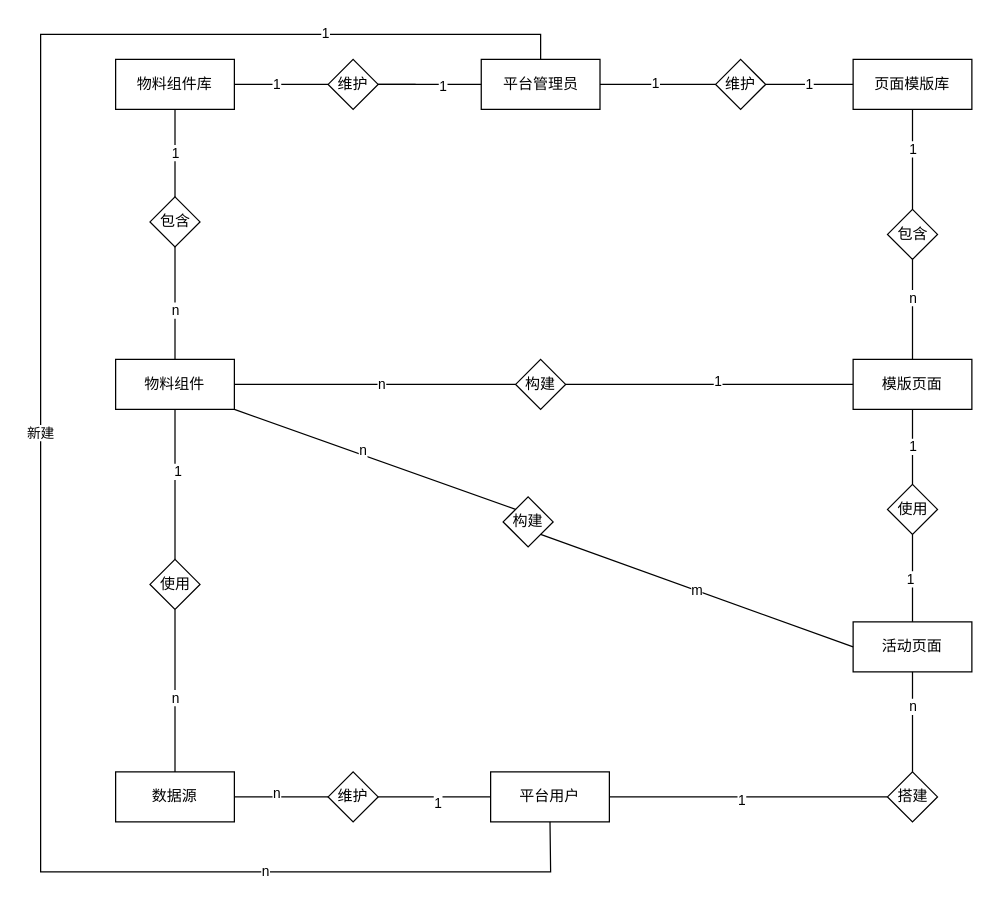
The draw.io diagram 第四章/新E-R 图.drawio in yuxinyu12345/diagrams, before the edit. Source tidied: cells renumbered, new cells numbered last; positions are measured from the earlier drawing's top-left corner, leaving out a move shared by most shapes. Both pictures are drawn from the tidied source at 125%, with x=0, y=0 at pixel (40, 34).
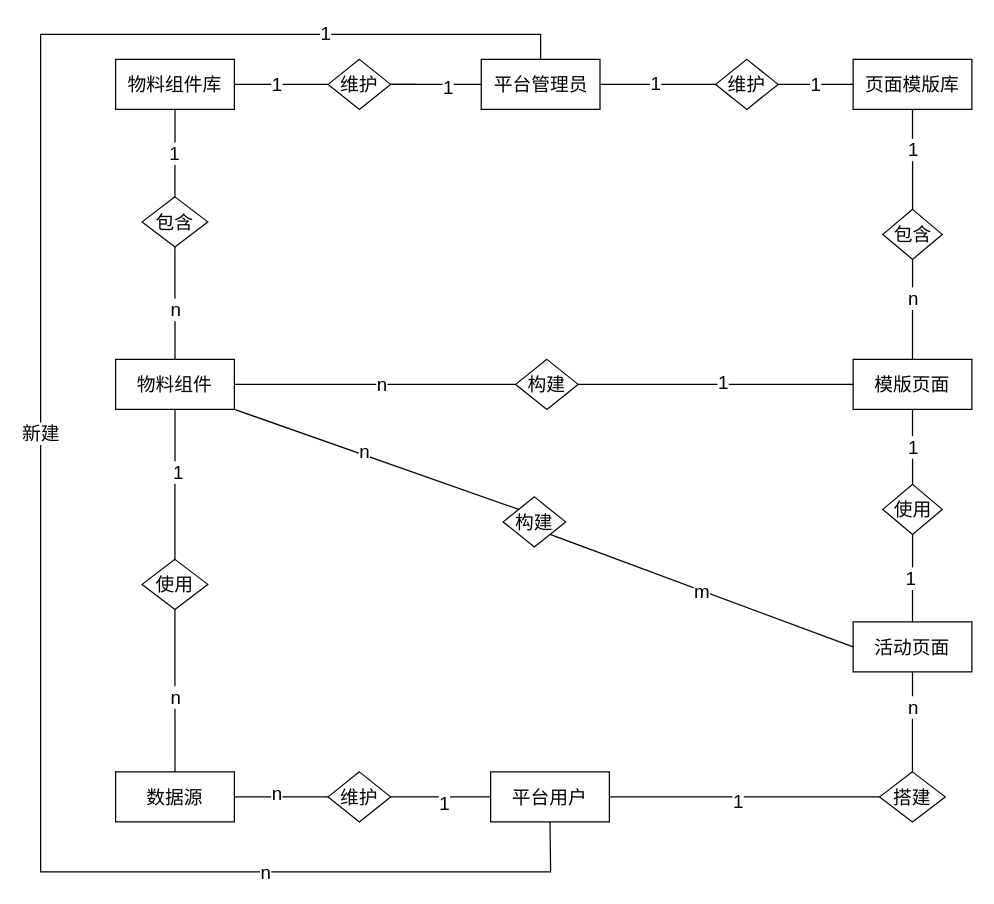
The same page after the edit.

Diff of the diagram source:
```diff
@@
-    <mxCell id="2" value="平台管理员" style="rounded=0;whiteSpace=wrap;html=1;" parent="1" vertex="1">
+    <mxCell id="2" value="平台管理员" style="rounded=0;whiteSpace=wrap;html=1;fontSize=15;" parent="1" vertex="1">
       <mxGeometry x="352.5" y="20" width="95" height="40" as="geometry" />
     </mxCell>
-    <mxCell id="3" value="物料组件库" style="rounded=0;whiteSpace=wrap;html=1;" parent="1" vertex="1">
+    <mxCell id="3" value="物料组件库" style="rounded=0;whiteSpace=wrap;html=1;fontSize=15;" parent="1" vertex="1">
       <mxGeometry x="60" y="20" width="95" height="40" as="geometry" />
     </mxCell>
-    <mxCell id="4" value="物料组件" style="rounded=0;whiteSpace=wrap;html=1;" parent="1" vertex="1">
+    <mxCell id="4" value="物料组件" style="rounded=0;whiteSpace=wrap;html=1;fontSize=15;" parent="1" vertex="1">
       <mxGeometry x="60" y="260" width="95" height="40" as="geometry" />
     </mxCell>
-    <mxCell id="5" value="包含" style="rhombus;whiteSpace=wrap;html=1;" parent="1" vertex="1">
-      <mxGeometry x="87.5" y="130" width="40" height="40" as="geometry" />
+    <mxCell id="5" value="包含" style="rhombus;whiteSpace=wrap;html=1;fontSize=15;" parent="1" vertex="1">
+      <mxGeometry x="81.2" y="130" width="52.5" height="40" as="geometry" />
     </mxCell>
-    <mxCell id="6" value="页面模版库" style="rounded=0;whiteSpace=wrap;html=1;" parent="1" vertex="1">
+    <mxCell id="6" value="页面模版库" style="rounded=0;whiteSpace=wrap;html=1;fontSize=15;" parent="1" vertex="1">
       <mxGeometry x="650" y="20" width="95" height="40" as="geometry" />
     </mxCell>
-    <mxCell id="7" value="模版页面" style="rounded=0;whiteSpace=wrap;html=1;" parent="1" vertex="1">
+    <mxCell id="7" value="模版页面" style="rounded=0;whiteSpace=wrap;html=1;fontSize=15;" parent="1" vertex="1">
       <mxGeometry x="650" y="260" width="95" height="40" as="geometry" />
     </mxCell>
-    <mxCell id="8" value="维护" style="rhombus;whiteSpace=wrap;html=1;" parent="1" vertex="1">
-      <mxGeometry x="540" y="20" width="40" height="40" as="geometry" />
+    <mxCell id="8" value="维护" style="rhombus;whiteSpace=wrap;html=1;fontSize=15;" parent="1" vertex="1">
+      <mxGeometry x="540" y="20" width="50" height="40" as="geometry" />
     </mxCell>
-    <mxCell id="9" value="平台用户" style="rounded=0;whiteSpace=wrap;html=1;" parent="1" vertex="1">
+    <mxCell id="9" value="平台用户" style="rounded=0;whiteSpace=wrap;html=1;fontSize=15;" parent="1" vertex="1">
       <mxGeometry x="360" y="590" width="95" height="40" as="geometry" />
     </mxCell>
-    <mxCell id="10" value="数据源" style="rounded=0;whiteSpace=wrap;html=1;" parent="1" vertex="1">
+    <mxCell id="10" value="数据源" style="rounded=0;whiteSpace=wrap;html=1;fontSize=15;" parent="1" vertex="1">
       <mxGeometry x="60" y="590" width="95" height="40" as="geometry" />
     </mxCell>
-    <mxCell id="11" style="endArrow=none;html=1;rounded=0;exitX=1;exitY=0.5;exitDx=0;exitDy=0;entryX=0;entryY=0.5;entryDx=0;entryDy=0;" parent="1" edge="1" source="31" target="2">
+    <mxCell id="11" style="endArrow=none;html=1;rounded=0;exitX=1;exitY=0.5;exitDx=0;exitDy=0;entryX=0;entryY=0.5;entryDx=0;entryDy=0;fontSize=15;" parent="1" edge="1" source="31" target="2">
       <mxGeometry relative="1" as="geometry" />
     </mxCell>
-    <mxCell id="12" value="1" style="edgeLabel;html=1;align=center;verticalAlign=middle;" parent="11" vertex="1">
+    <mxCell id="12" value="1" style="edgeLabel;html=1;align=center;verticalAlign=middle;fontSize=15;" parent="11" vertex="1">
       <mxGeometry x="0.22" y="-1" relative="1" as="geometry">
         <mxPoint x="1" as="offset" />
       </mxGeometry>
     </mxCell>
-    <mxCell id="13" style="endArrow=none;html=1;rounded=0;exitX=1;exitY=0.5;exitDx=0;exitDy=0;" parent="1" edge="1" source="31">
+    <mxCell id="13" style="endArrow=none;html=1;rounded=0;exitX=1;exitY=0.5;exitDx=0;exitDy=0;fontSize=15;" parent="1" edge="1" source="31">
       <mxGeometry relative="1" as="geometry">
         <mxPoint x="300" y="40" as="targetPoint" />
       </mxGeometry>
     </mxCell>
-    <mxCell id="14" style="endArrow=none;html=1;rounded=0;exitX=1;exitY=0.5;exitDx=0;exitDy=0;entryX=0;entryY=0.5;entryDx=0;entryDy=0;" parent="1" edge="1" source="2" target="8">
+    <mxCell id="14" style="endArrow=none;html=1;rounded=0;exitX=1;exitY=0.5;exitDx=0;exitDy=0;entryX=0;entryY=0.5;entryDx=0;entryDy=0;fontSize=15;" parent="1" edge="1" source="2" target="8">
       <mxGeometry relative="1" as="geometry" />
     </mxCell>
-    <mxCell id="15" value="1" style="edgeLabel;html=1;align=center;verticalAlign=middle;" parent="14" vertex="1">
+    <mxCell id="15" value="1" style="edgeLabel;html=1;align=center;verticalAlign=middle;fontSize=15;" parent="14" vertex="1">
       <mxGeometry x="-0.05" y="2" relative="1" as="geometry" />
     </mxCell>
-    <mxCell id="16" value="1" style="endArrow=none;html=1;rounded=0;entryX=1;entryY=0.5;entryDx=0;entryDy=0;" parent="1" edge="1" source="6" target="8">
+    <mxCell id="16" value="1" style="endArrow=none;html=1;rounded=0;entryX=1;entryY=0.5;entryDx=0;entryDy=0;fontSize=15;" parent="1" edge="1" source="6" target="8">
       <mxGeometry relative="1" as="geometry" />
     </mxCell>
-    <mxCell id="17" value="使用" style="rhombus;whiteSpace=wrap;html=1;" parent="1" vertex="1">
-      <mxGeometry x="87.5" y="420" width="40" height="40" as="geometry" />
+    <mxCell id="17" value="使用" style="rhombus;whiteSpace=wrap;html=1;fontSize=15;" parent="1" vertex="1">
+      <mxGeometry x="81.2" y="420" width="52.5" height="40" as="geometry" />
     </mxCell>
-    <mxCell id="18" value="维护" style="rhombus;whiteSpace=wrap;html=1;" parent="1" vertex="1">
-      <mxGeometry x="230" y="590" width="40" height="40" as="geometry" />
+    <mxCell id="18" value="维护" style="rhombus;whiteSpace=wrap;html=1;fontSize=15;" parent="1" vertex="1">
+      <mxGeometry x="230" y="590" width="50" height="40" as="geometry" />
     </mxCell>
-    <mxCell id="19" style="endArrow=none;html=1;rounded=0;entryX=0.5;entryY=0;entryDx=0;entryDy=0;exitX=0.5;exitY=1;exitDx=0;exitDy=0;" parent="1" edge="1" source="4" target="17">
+    <mxCell id="19" style="endArrow=none;html=1;rounded=0;entryX=0.5;entryY=0;entryDx=0;entryDy=0;exitX=0.5;exitY=1;exitDx=0;exitDy=0;fontSize=15;" parent="1" edge="1" source="4" target="17">
       <mxGeometry relative="1" as="geometry" />
     </mxCell>
-    <mxCell id="20" value="1" style="edgeLabel;html=1;align=center;verticalAlign=middle;" parent="19" vertex="1">
+    <mxCell id="20" value="1" style="edgeLabel;html=1;align=center;verticalAlign=middle;fontSize=15;" parent="19" vertex="1">
       <mxGeometry x="-0.18" y="2" relative="1" as="geometry" />
     </mxCell>
-    <mxCell id="21" style="endArrow=none;html=1;rounded=0;entryX=0.5;entryY=1;entryDx=0;entryDy=0;" parent="1" edge="1" source="10" target="17">
+    <mxCell id="21" style="endArrow=none;html=1;rounded=0;entryX=0.5;entryY=1;entryDx=0;entryDy=0;fontSize=15;" parent="1" edge="1" source="10" target="17">
       <mxGeometry relative="1" as="geometry" />
     </mxCell>
-    <mxCell id="22" value="n" style="edgeLabel;html=1;align=center;verticalAlign=middle;" parent="21" vertex="1">
+    <mxCell id="22" value="n" style="edgeLabel;html=1;align=center;verticalAlign=middle;fontSize=15;" parent="21" vertex="1">
       <mxGeometry x="0.43" y="-3" relative="1" as="geometry">
         <mxPoint x="-3" y="33" as="offset" />
       </mxGeometry>
     </mxCell>
-    <mxCell id="23" style="endArrow=none;html=1;rounded=0;entryX=0;entryY=0.5;entryDx=0;entryDy=0;exitX=1;exitY=0.5;exitDx=0;exitDy=0;" parent="1" edge="1" source="18" target="9">
+    <mxCell id="23" style="endArrow=none;html=1;rounded=0;entryX=0;entryY=0.5;entryDx=0;entryDy=0;exitX=1;exitY=0.5;exitDx=0;exitDy=0;fontSize=15;" parent="1" edge="1" source="18" target="9">
       <mxGeometry relative="1" as="geometry" />
     </mxCell>
-    <mxCell id="24" value="1" style="edgeLabel;html=1;align=center;verticalAlign=middle;" parent="23" vertex="1">
+    <mxCell id="24" value="1" style="edgeLabel;html=1;align=center;verticalAlign=middle;fontSize=15;" parent="23" vertex="1">
       <mxGeometry x="0.03" y="-4" relative="1" as="geometry">
         <mxPoint x="1" as="offset" />
       </mxGeometry>
     </mxCell>
-    <mxCell id="25" style="endArrow=none;html=1;rounded=0;exitX=1;exitY=0.5;exitDx=0;exitDy=0;entryX=0;entryY=0.5;entryDx=0;entryDy=0;" parent="1" edge="1" source="10" target="18">
+    <mxCell id="25" style="endArrow=none;html=1;rounded=0;exitX=1;exitY=0.5;exitDx=0;exitDy=0;entryX=0;entryY=0.5;entryDx=0;entryDy=0;fontSize=15;" parent="1" edge="1" source="10" target="18">
       <mxGeometry relative="1" as="geometry" />
     </mxCell>
-    <mxCell id="26" value="n" style="edgeLabel;html=1;align=center;verticalAlign=middle;" parent="25" vertex="1">
+    <mxCell id="26" value="n" style="edgeLabel;html=1;align=center;verticalAlign=middle;fontSize=15;" parent="25" vertex="1">
       <mxGeometry x="-0.13" y="4" relative="1" as="geometry" />
     </mxCell>
-    <mxCell id="27" value="构建" style="rhombus;whiteSpace=wrap;html=1;" parent="1" vertex="1">
-      <mxGeometry x="380" y="260" width="40" height="40" as="geometry" />
+    <mxCell id="27" value="构建" style="rhombus;whiteSpace=wrap;html=1;fontSize=15;" parent="1" vertex="1">
+      <mxGeometry x="380" y="260" width="50" height="40" as="geometry" />
     </mxCell>
-    <mxCell id="28" value="包含" style="rhombus;whiteSpace=wrap;html=1;" parent="1" vertex="1">
-      <mxGeometry x="677.5" y="140" width="40" height="40" as="geometry" />
+    <mxCell id="28" value="包含" style="rhombus;whiteSpace=wrap;html=1;fontSize=15;" parent="1" vertex="1">
+      <mxGeometry x="673.8" y="140" width="47.5" height="40" as="geometry" />
     </mxCell>
-    <mxCell id="29" style="endArrow=none;html=1;rounded=0;exitX=1;exitY=0.5;exitDx=0;exitDy=0;" parent="1" edge="1" source="3" target="31">
+    <mxCell id="29" style="endArrow=none;html=1;rounded=0;exitX=1;exitY=0.5;exitDx=0;exitDy=0;fontSize=15;" parent="1" edge="1" source="3" target="31">
       <mxGeometry relative="1" as="geometry" />
     </mxCell>
-    <mxCell id="30" value="1" style="edgeLabel;html=1;align=center;verticalAlign=middle;" parent="29" vertex="1">
+    <mxCell id="30" value="1" style="edgeLabel;html=1;align=center;verticalAlign=middle;fontSize=15;" parent="29" vertex="1">
       <mxGeometry x="-0.13" y="1" relative="1" as="geometry" />
     </mxCell>
-    <mxCell id="31" value="维护" style="rhombus;whiteSpace=wrap;html=1;" parent="1" vertex="1">
-      <mxGeometry x="230" y="20" width="40" height="40" as="geometry" />
+    <mxCell id="31" value="维护" style="rhombus;whiteSpace=wrap;html=1;fontSize=15;" parent="1" vertex="1">
+      <mxGeometry x="230" y="20" width="50" height="40" as="geometry" />
     </mxCell>
-    <mxCell id="32" style="endArrow=none;html=1;rounded=0;exitX=1;exitY=0.5;exitDx=0;exitDy=0;entryX=0;entryY=0.5;entryDx=0;entryDy=0;" parent="1" edge="1" source="4" target="27">
+    <mxCell id="32" style="endArrow=none;html=1;rounded=0;exitX=1;exitY=0.5;exitDx=0;exitDy=0;entryX=0;entryY=0.5;entryDx=0;entryDy=0;fontSize=15;" parent="1" edge="1" source="4" target="27">
       <mxGeometry relative="1" as="geometry" />
     </mxCell>
-    <mxCell id="33" value="n" style="edgeLabel;html=1;align=center;verticalAlign=middle;" parent="32" vertex="1">
+    <mxCell id="33" value="n" style="edgeLabel;html=1;align=center;verticalAlign=middle;fontSize=15;" parent="32" vertex="1">
       <mxGeometry x="0.04" y="1" relative="1" as="geometry" />
     </mxCell>
-    <mxCell id="34" style="endArrow=none;html=1;rounded=0;entryX=1;entryY=0.5;entryDx=0;entryDy=0;exitX=0;exitY=0.5;exitDx=0;exitDy=0;" parent="1" edge="1" source="7" target="27">
+    <mxCell id="34" style="endArrow=none;html=1;rounded=0;entryX=1;entryY=0.5;entryDx=0;entryDy=0;exitX=0;exitY=0.5;exitDx=0;exitDy=0;fontSize=15;" parent="1" edge="1" source="7" target="27">
       <mxGeometry relative="1" as="geometry" />
     </mxCell>
-    <mxCell id="35" value="1" style="edgeLabel;html=1;align=center;verticalAlign=middle;" parent="34" vertex="1">
+    <mxCell id="35" value="1" style="edgeLabel;html=1;align=center;verticalAlign=middle;fontSize=15;" parent="34" vertex="1">
       <mxGeometry x="-0.04" y="-3" relative="1" as="geometry">
         <mxPoint x="1" as="offset" />
       </mxGeometry>
     </mxCell>
-    <mxCell id="36" value="活动页面" style="rounded=0;whiteSpace=wrap;html=1;" parent="1" vertex="1">
+    <mxCell id="36" value="活动页面" style="rounded=0;whiteSpace=wrap;html=1;fontSize=15;" parent="1" vertex="1">
       <mxGeometry x="650" y="470" width="95" height="40" as="geometry" />
     </mxCell>
-    <mxCell id="37" value="搭建" style="rhombus;whiteSpace=wrap;html=1;" parent="1" vertex="1">
-      <mxGeometry x="677.5" y="590" width="40" height="40" as="geometry" />
+    <mxCell id="37" value="搭建" style="rhombus;whiteSpace=wrap;html=1;fontSize=15;" parent="1" vertex="1">
+      <mxGeometry x="671.2" y="590" width="52.5" height="40" as="geometry" />
     </mxCell>
-    <mxCell id="38" value="构建" style="rhombus;whiteSpace=wrap;html=1;" parent="1" vertex="1">
-      <mxGeometry x="370" y="370" width="40" height="40" as="geometry" />
+    <mxCell id="38" value="构建" style="rhombus;whiteSpace=wrap;html=1;fontSize=15;" parent="1" vertex="1">
+      <mxGeometry x="370" y="370" width="50" height="40" as="geometry" />
     </mxCell>
-    <mxCell id="39" value="1" style="endArrow=none;html=1;rounded=0;entryX=0.5;entryY=1;entryDx=0;entryDy=0;" parent="1" edge="1" source="5" target="3">
+    <mxCell id="39" value="1" style="endArrow=none;html=1;rounded=0;entryX=0.5;entryY=1;entryDx=0;entryDy=0;fontSize=15;" parent="1" edge="1" source="5" target="3">
       <mxGeometry relative="1" as="geometry" />
     </mxCell>
-    <mxCell id="40" style="endArrow=none;html=1;rounded=0;entryX=0.5;entryY=0;entryDx=0;entryDy=0;exitX=0.5;exitY=1;exitDx=0;exitDy=0;" parent="1" edge="1" source="5" target="4">
+    <mxCell id="40" style="endArrow=none;html=1;rounded=0;entryX=0.5;entryY=0;entryDx=0;entryDy=0;exitX=0.5;exitY=1;exitDx=0;exitDy=0;fontSize=15;" parent="1" edge="1" source="5" target="4">
       <mxGeometry relative="1" as="geometry" />
     </mxCell>
-    <mxCell id="41" value="n" style="edgeLabel;html=1;align=center;verticalAlign=middle;" parent="40" vertex="1">
+    <mxCell id="41" value="n" style="edgeLabel;html=1;align=center;verticalAlign=middle;fontSize=15;" parent="40" vertex="1">
       <mxGeometry x="0.11" relative="1" as="geometry" />
     </mxCell>
-    <mxCell id="42" style="endArrow=none;html=1;rounded=0;entryX=0.5;entryY=1;entryDx=0;entryDy=0;exitX=0.5;exitY=0;exitDx=0;exitDy=0;" parent="1" edge="1" source="7" target="28">
+    <mxCell id="42" style="endArrow=none;html=1;rounded=0;entryX=0.5;entryY=1;entryDx=0;entryDy=0;exitX=0.5;exitY=0;exitDx=0;exitDy=0;fontSize=15;" parent="1" edge="1" source="7" target="28">
       <mxGeometry relative="1" as="geometry" />
     </mxCell>
-    <mxCell id="43" value="n" style="edgeLabel;html=1;align=center;verticalAlign=middle;" parent="42" vertex="1">
+    <mxCell id="43" value="n" style="edgeLabel;html=1;align=center;verticalAlign=middle;fontSize=15;" parent="42" vertex="1">
       <mxGeometry x="0.35" relative="1" as="geometry">
         <mxPoint y="4" as="offset" />
       </mxGeometry>
     </mxCell>
-    <mxCell id="44" style="endArrow=none;html=1;rounded=0;entryX=0.5;entryY=1;entryDx=0;entryDy=0;exitX=0.5;exitY=0;exitDx=0;exitDy=0;" parent="1" edge="1" source="28" target="6">
+    <mxCell id="44" style="endArrow=none;html=1;rounded=0;entryX=0.5;entryY=1;entryDx=0;entryDy=0;exitX=0.5;exitY=0;exitDx=0;exitDy=0;fontSize=15;" parent="1" edge="1" source="28" target="6">
       <mxGeometry relative="1" as="geometry" />
     </mxCell>
-    <mxCell id="45" value="1" style="edgeLabel;html=1;align=center;verticalAlign=middle;" parent="44" vertex="1">
+    <mxCell id="45" value="1" style="edgeLabel;html=1;align=center;verticalAlign=middle;fontSize=15;" parent="44" vertex="1">
       <mxGeometry x="0.23" relative="1" as="geometry" />
     </mxCell>
-    <mxCell id="46" value="使用" style="rhombus;whiteSpace=wrap;html=1;" parent="1" vertex="1">
-      <mxGeometry x="677.5" y="360" width="40" height="40" as="geometry" />
+    <mxCell id="46" value="使用" style="rhombus;whiteSpace=wrap;html=1;fontSize=15;" parent="1" vertex="1">
+      <mxGeometry x="673.8" y="360" width="47.5" height="40" as="geometry" />
     </mxCell>
-    <mxCell id="47" style="endArrow=none;html=1;rounded=0;entryX=1;entryY=1;entryDx=0;entryDy=0;exitX=0;exitY=0;exitDx=0;exitDy=0;" parent="1" edge="1" source="38" target="4">
+    <mxCell id="47" style="endArrow=none;html=1;rounded=0;entryX=1;entryY=1;entryDx=0;entryDy=0;exitX=0;exitY=0;exitDx=0;exitDy=0;fontSize=15;" parent="1" edge="1" source="38" target="4">
       <mxGeometry relative="1" as="geometry" />
     </mxCell>
-    <mxCell id="48" value="n" style="edgeLabel;html=1;align=center;verticalAlign=middle;" parent="47" vertex="1">
+    <mxCell id="48" value="n" style="edgeLabel;html=1;align=center;verticalAlign=middle;fontSize=15;" parent="47" vertex="1">
       <mxGeometry x="0.1" y="-4" relative="1" as="geometry" />
     </mxCell>
-    <mxCell id="49" value="m" style="endArrow=none;html=1;rounded=0;entryX=1;entryY=1;entryDx=0;entryDy=0;exitX=0;exitY=0.5;exitDx=0;exitDy=0;" parent="1" edge="1" source="36" target="38">
+    <mxCell id="49" value="m" style="endArrow=none;html=1;rounded=0;entryX=1;entryY=1;entryDx=0;entryDy=0;exitX=0;exitY=0.5;exitDx=0;exitDy=0;fontSize=15;" parent="1" edge="1" source="36" target="38">
       <mxGeometry relative="1" as="geometry" />
     </mxCell>
-    <mxCell id="50" value="1" style="endArrow=none;html=1;rounded=0;entryX=0.5;entryY=1;entryDx=0;entryDy=0;exitX=0.5;exitY=0;exitDx=0;exitDy=0;" parent="1" edge="1" source="46" target="7">
+    <mxCell id="50" value="1" style="endArrow=none;html=1;rounded=0;entryX=0.5;entryY=1;entryDx=0;entryDy=0;exitX=0.5;exitY=0;exitDx=0;exitDy=0;fontSize=15;" parent="1" edge="1" source="46" target="7">
       <mxGeometry relative="1" as="geometry" />
     </mxCell>
-    <mxCell id="51" style="endArrow=none;html=1;rounded=0;entryX=0.5;entryY=0;entryDx=0;entryDy=0;exitX=0.5;exitY=1;exitDx=0;exitDy=0;" parent="1" edge="1" source="46" target="36">
+    <mxCell id="51" style="endArrow=none;html=1;rounded=0;entryX=0.5;entryY=0;entryDx=0;entryDy=0;exitX=0.5;exitY=1;exitDx=0;exitDy=0;fontSize=15;" parent="1" edge="1" source="46" target="36">
       <mxGeometry relative="1" as="geometry" />
     </mxCell>
-    <mxCell id="52" value="1" style="edgeLabel;html=1;align=center;verticalAlign=middle;" parent="51" vertex="1">
+    <mxCell id="52" value="1" style="edgeLabel;html=1;align=center;verticalAlign=middle;fontSize=15;" parent="51" vertex="1">
       <mxGeometry y="-2" relative="1" as="geometry" />
     </mxCell>
-    <mxCell id="53" style="endArrow=none;html=1;rounded=0;entryX=0.5;entryY=1;entryDx=0;entryDy=0;exitX=0.5;exitY=0;exitDx=0;exitDy=0;" parent="1" edge="1" source="37" target="36">
+    <mxCell id="53" style="endArrow=none;html=1;rounded=0;entryX=0.5;entryY=1;entryDx=0;entryDy=0;exitX=0.5;exitY=0;exitDx=0;exitDy=0;fontSize=15;" parent="1" edge="1" source="37" target="36">
       <mxGeometry relative="1" as="geometry" />
     </mxCell>
-    <mxCell id="54" value="n" style="edgeLabel;html=1;align=center;verticalAlign=middle;" parent="53" vertex="1">
+    <mxCell id="54" value="n" style="edgeLabel;html=1;align=center;verticalAlign=middle;fontSize=15;" parent="53" vertex="1">
       <mxGeometry x="0.33" relative="1" as="geometry" />
     </mxCell>
-    <mxCell id="55" style="endArrow=none;html=1;rounded=0;entryX=1;entryY=0.5;entryDx=0;entryDy=0;exitX=0;exitY=0.5;exitDx=0;exitDy=0;" parent="1" edge="1" source="37" target="9">
+    <mxCell id="55" style="endArrow=none;html=1;rounded=0;entryX=1;entryY=0.5;entryDx=0;entryDy=0;exitX=0;exitY=0.5;exitDx=0;exitDy=0;fontSize=15;" parent="1" edge="1" source="37" target="9">
       <mxGeometry relative="1" as="geometry" />
     </mxCell>
-    <mxCell id="56" value="1" style="edgeLabel;html=1;align=center;verticalAlign=middle;" parent="55" vertex="1">
+    <mxCell id="56" value="1" style="edgeLabel;html=1;align=center;verticalAlign=middle;fontSize=15;" parent="55" vertex="1">
       <mxGeometry x="0.05" y="2" relative="1" as="geometry" />
     </mxCell>
-    <mxCell id="57" style="endArrow=none;html=1;rounded=0;entryX=0.5;entryY=0;entryDx=0;entryDy=0;exitX=0.5;exitY=1;exitDx=0;exitDy=0;" parent="1" edge="1" source="9" target="2">
+    <mxCell id="57" style="endArrow=none;html=1;rounded=0;entryX=0.5;entryY=0;entryDx=0;entryDy=0;exitX=0.5;exitY=1;exitDx=0;exitDy=0;fontSize=15;" parent="1" edge="1" source="9" target="2">
       <mxGeometry relative="1" as="geometry">
         <Array as="points">
           <mxPoint x="408" y="670" />
           <mxPoint y="670" />
           <mxPoint />
           <mxPoint x="400" />
         </Array>
       </mxGeometry>
     </mxCell>
-    <mxCell id="58" value="新建" style="edgeLabel;html=1;align=center;verticalAlign=middle;" parent="57" vertex="1">
+    <mxCell id="58" value="新建" style="edgeLabel;html=1;align=center;verticalAlign=middle;fontSize=15;" parent="57" vertex="1">
       <mxGeometry x="0.04" y="1" relative="1" as="geometry" />
     </mxCell>
-    <mxCell id="59" value="1" style="edgeLabel;html=1;align=center;verticalAlign=middle;" parent="57" vertex="1">
+    <mxCell id="59" value="1" style="edgeLabel;html=1;align=center;verticalAlign=middle;fontSize=15;" parent="57" vertex="1">
       <mxGeometry x="0.75" y="2" relative="1" as="geometry" />
     </mxCell>
-    <mxCell id="60" value="n" style="edgeLabel;html=1;align=center;verticalAlign=middle;" parent="57" vertex="1">
+    <mxCell id="60" value="n" style="edgeLabel;html=1;align=center;verticalAlign=middle;fontSize=15;" parent="57" vertex="1">
       <mxGeometry x="-0.65" y="-1" relative="1" as="geometry" />
     </mxCell>
```
